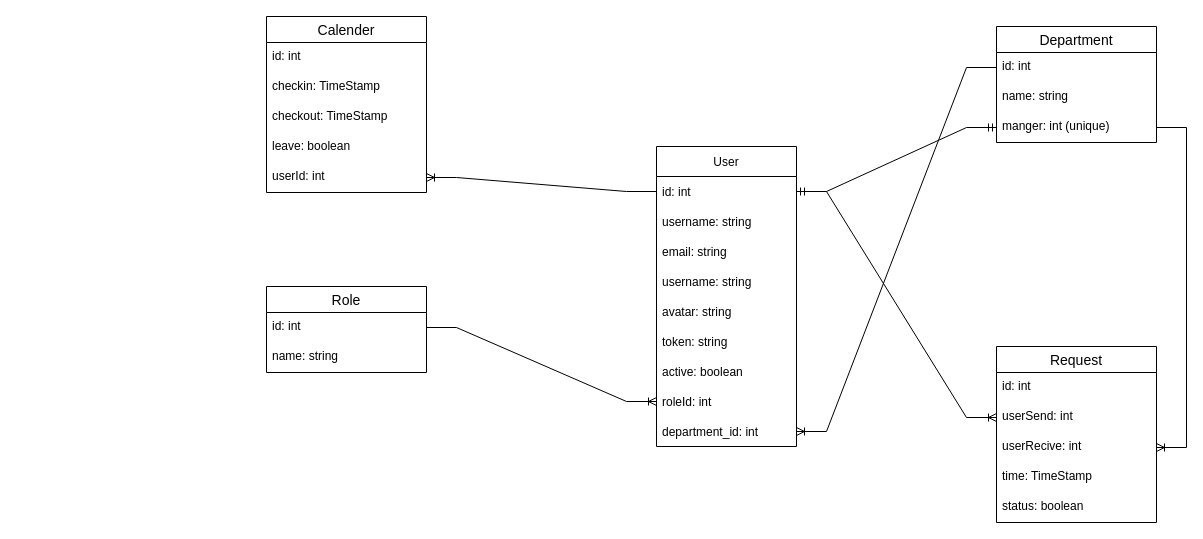
Above: page "Database" (2 of 4) of Untitled Diagram.drawio in LeQuangKhai99/Nestjs_fullstack (draw.io), before the change. Source tidied: cells renumbered, new cells numbered last; positions are measured from the earlier drawing's top-left corner, leaving out a move shared by most shapes. Both pictures are drawn from the tidied source at 100%, with x=0, y=0 at pixel (266, 16).
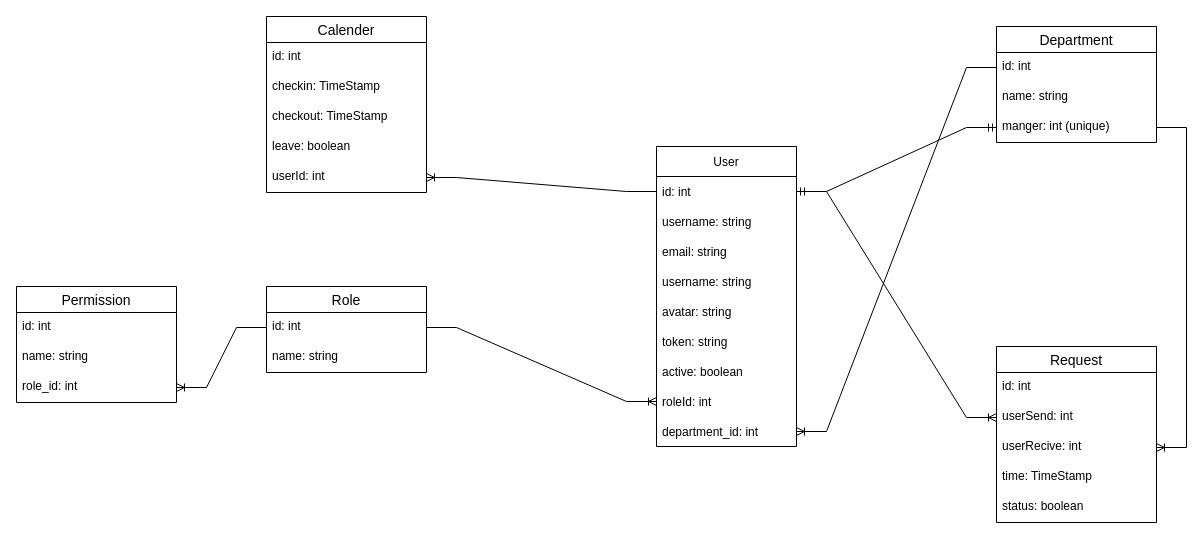
After the change.

The change refers to these unchanged cells:
```xml
<mxCell id="13" value="id: int" style="text;strokeColor=none;fillColor=none;spacingLeft=4;spacingRight=4;overflow=hidden;points=[[0,0.5],[1,0.5]];portConstraint=eastwest;fontSize=12;" parent="12" vertex="1">
  <mxGeometry y="26" width="160" height="30" as="geometry" />
</mxCell>
```

Change to the diagram source:
```diff
@@
+    <mxCell id="37" value="Permission" style="swimlane;fontStyle=0;horizontal=1;startSize=26;align=center;fontSize=14;" parent="1" vertex="1">
+      <mxGeometry x="-250" y="270" width="160" height="116" as="geometry" />
+    </mxCell>
+    <mxCell id="38" value="id: int" style="text;strokeColor=none;fillColor=none;spacingLeft=4;spacingRight=4;overflow=hidden;fontSize=12;" parent="37" vertex="1">
+      <mxGeometry y="26" width="160" height="30" as="geometry" />
+    </mxCell>
+    <mxCell id="39" value="name: string" style="text;strokeColor=none;fillColor=none;spacingLeft=4;spacingRight=4;overflow=hidden;fontSize=12;" parent="37" vertex="1">
+      <mxGeometry y="56" width="160" height="30" as="geometry" />
+    </mxCell>
+    <mxCell id="40" value="role_id: int" style="text;strokeColor=none;fillColor=none;spacingLeft=4;spacingRight=4;overflow=hidden;points=[[0,0.5],[1,0.5]];portConstraint=eastwest;fontSize=12;" parent="37" vertex="1">
+      <mxGeometry y="86" width="160" height="30" as="geometry" />
+    </mxCell>
+    <mxCell id="41" style="edgeStyle=entityRelationEdgeStyle;fontSize=12;html=1;endArrow=ERoneToMany;rounded=0;entryX=1;entryY=0.5;entryDx=0;entryDy=0;" parent="1" edge="1" source="13" target="40">
+      <mxGeometry relative="1" as="geometry" />
+    </mxCell>
```
